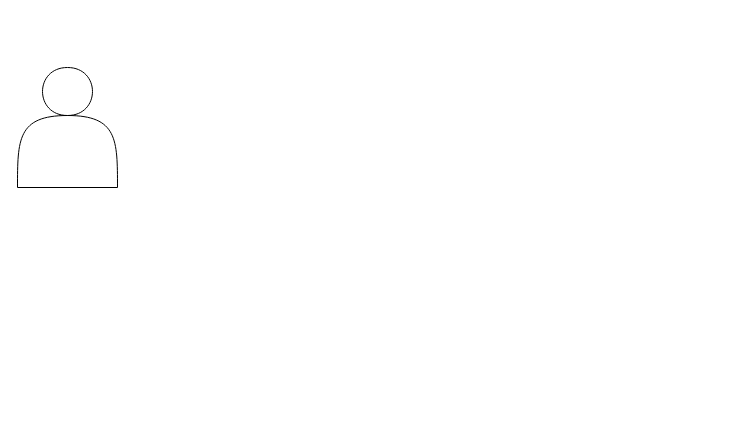
Earlier version of the draw.io diagram Diagrama sem nome.drawio (mucasantos/devnoite-blog-nodejs). Source tidied: cells renumbered, new cells numbered last; positions are measured from the earlier drawing's top-left corner, leaving out a move shared by most shapes. Both pictures are drawn from the tidied source at 100%, with x=0, y=0 at pixel (17, 67).
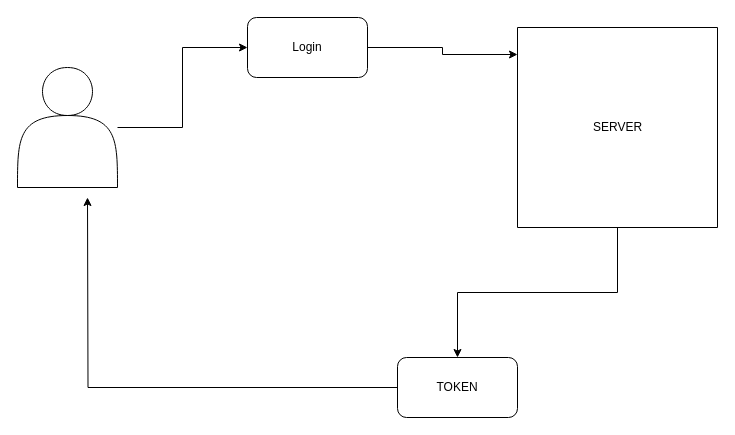
The same diagram, later.

The edit, as a diff of the source:
```diff
@@
 <mxGraphModel>
   <root>
     <mxCell id="0" />
     <mxCell id="1" parent="0" />
+    <mxCell id="3" style="edgeStyle=orthogonalEdgeStyle;rounded=0;jettySize=auto;html=1;entryX=0;entryY=0.5;entryDx=0;entryDy=0;" parent="1" edge="1" source="2" target="4">
+      <mxGeometry relative="1" as="geometry" />
+    </mxCell>
     <mxCell id="2" style="shape=actor;whiteSpace=wrap;html=1;" parent="1" vertex="1">
       <mxGeometry width="100" height="120" as="geometry" />
     </mxCell>
+    <mxCell id="4" value="Login" style="rounded=1;whiteSpace=wrap;html=1;" parent="1" vertex="1">
+      <mxGeometry x="230" y="-50" width="120" height="60" as="geometry" />
+    </mxCell>
+    <mxCell id="5" style="edgeStyle=orthogonalEdgeStyle;rounded=0;jettySize=auto;html=1;" parent="1" edge="1" source="6" target="10">
+      <mxGeometry relative="1" as="geometry" />
+    </mxCell>
+    <mxCell id="6" style="swimlane;startSize=0;" parent="1" vertex="1">
+      <mxGeometry x="500" y="-40" width="200" height="200" as="geometry" />
+    </mxCell>
+    <mxCell id="7" value="SERVER" style="text;html=1;align=center;verticalAlign=middle;strokeColor=none;fillColor=none;" parent="6" vertex="1">
+      <mxGeometry x="65" y="85" width="70" height="30" as="geometry" />
+    </mxCell>
+    <mxCell id="8" style="edgeStyle=orthogonalEdgeStyle;rounded=0;jettySize=auto;html=1;entryX=0;entryY=0.135;entryDx=0;entryDy=0;entryPerimeter=0;" parent="1" edge="1" source="4" target="6">
+      <mxGeometry relative="1" as="geometry" />
+    </mxCell>
+    <mxCell id="9" style="edgeStyle=orthogonalEdgeStyle;rounded=0;jettySize=auto;html=1;" parent="1" edge="1" source="10">
+      <mxGeometry relative="1" as="geometry">
+        <mxPoint x="70" y="130" as="targetPoint" />
+      </mxGeometry>
+    </mxCell>
+    <mxCell id="10" value="TOKEN" style="rounded=1;whiteSpace=wrap;html=1;" parent="1" vertex="1">
+      <mxGeometry x="380" y="290" width="120" height="60" as="geometry" />
+    </mxCell>
   </root>
 </mxGraphModel>
```
